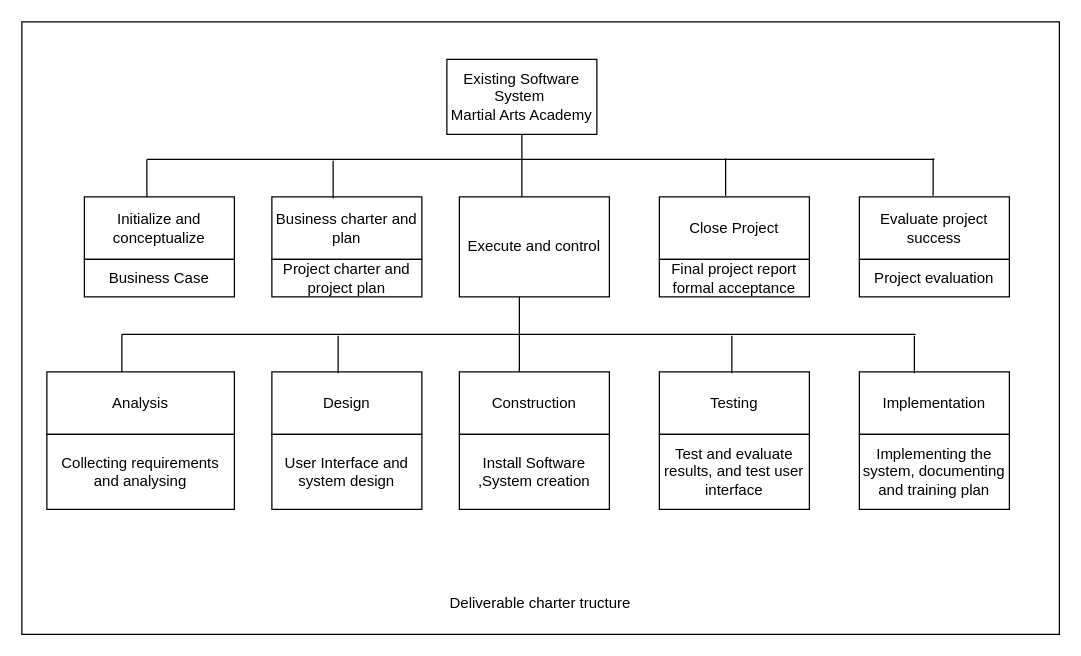
This is Software PM DSC.drawio from emmanuel-george/TestProject, a draw.io file, before an edit. Source tidied: cells renumbered, new cells numbered last; positions are measured from the earlier drawing's top-left corner, leaving out a move shared by most shapes. Both pictures are drawn from the tidied source at 125%, with x=0, y=0 at pixel (21, 21).
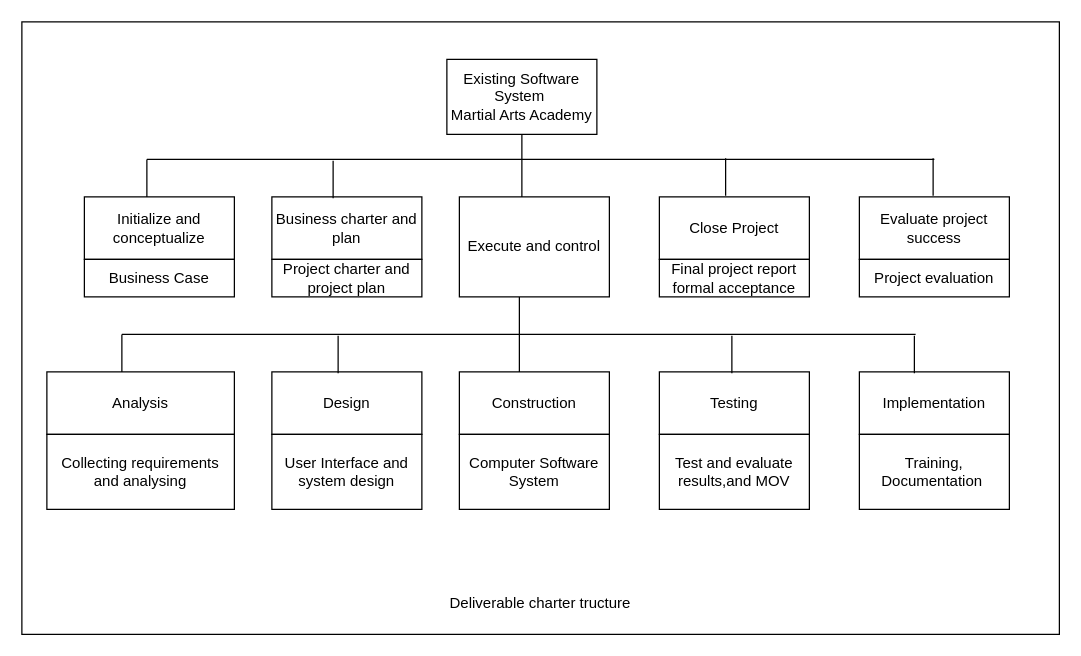
The same diagram, later.

The edit, as a diff of the source:
```diff
@@
-    <mxCell id="19" value="Test and evaluate results, and test user interface" style="rounded=0;whiteSpace=wrap;html=1;" parent="1" vertex="1">
+    <mxCell id="19" value="Test and evaluate results,and MOV" style="rounded=0;whiteSpace=wrap;html=1;" parent="1" vertex="1">
       <mxGeometry x="510" y="330" width="120" height="60" as="geometry" />
     </mxCell>
@@
-    <mxCell id="21" value="Implementing the system, documenting and training plan" style="rounded=0;whiteSpace=wrap;html=1;" parent="1" vertex="1">
+    <mxCell id="21" value="Training, Documentation&amp;nbsp;" style="rounded=0;whiteSpace=wrap;html=1;" parent="1" vertex="1">
       <mxGeometry x="670" y="330" width="120" height="60" as="geometry" />
     </mxCell>
-    <mxCell id="22" value="Install Software ,System creation" style="rounded=0;whiteSpace=wrap;html=1;" parent="1" vertex="1">
+    <mxCell id="22" value="Computer Software System" style="rounded=0;whiteSpace=wrap;html=1;" parent="1" vertex="1">
       <mxGeometry x="350" y="330" width="120" height="60" as="geometry" />
     </mxCell>
```
